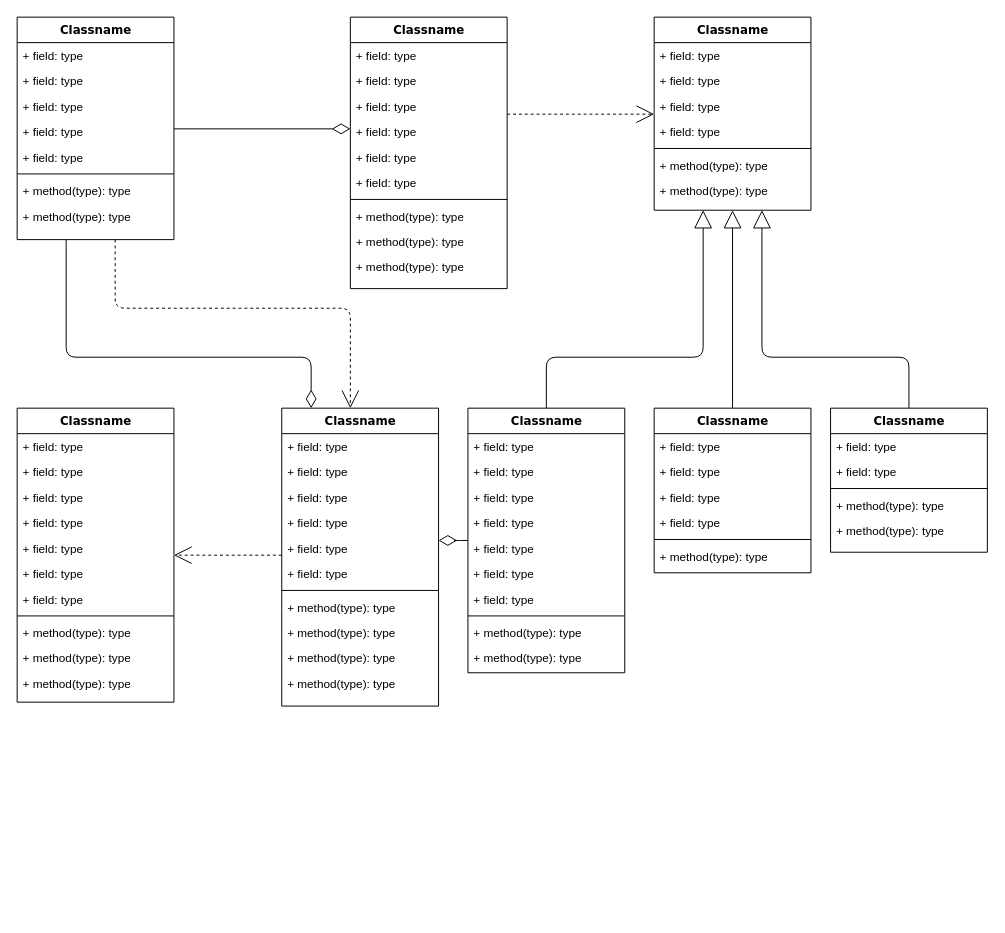
The draw.io diagram Untitled Diagram.drawio in SoulLess999/E-Commerce-Website, before the edit. Source tidied: cells renumbered, new cells numbered last; positions are measured from the earlier drawing's top-left corner, leaving out a move shared by most shapes. Both pictures are drawn from the tidied source at 98%, with x=0, y=0 at pixel (17, 17).
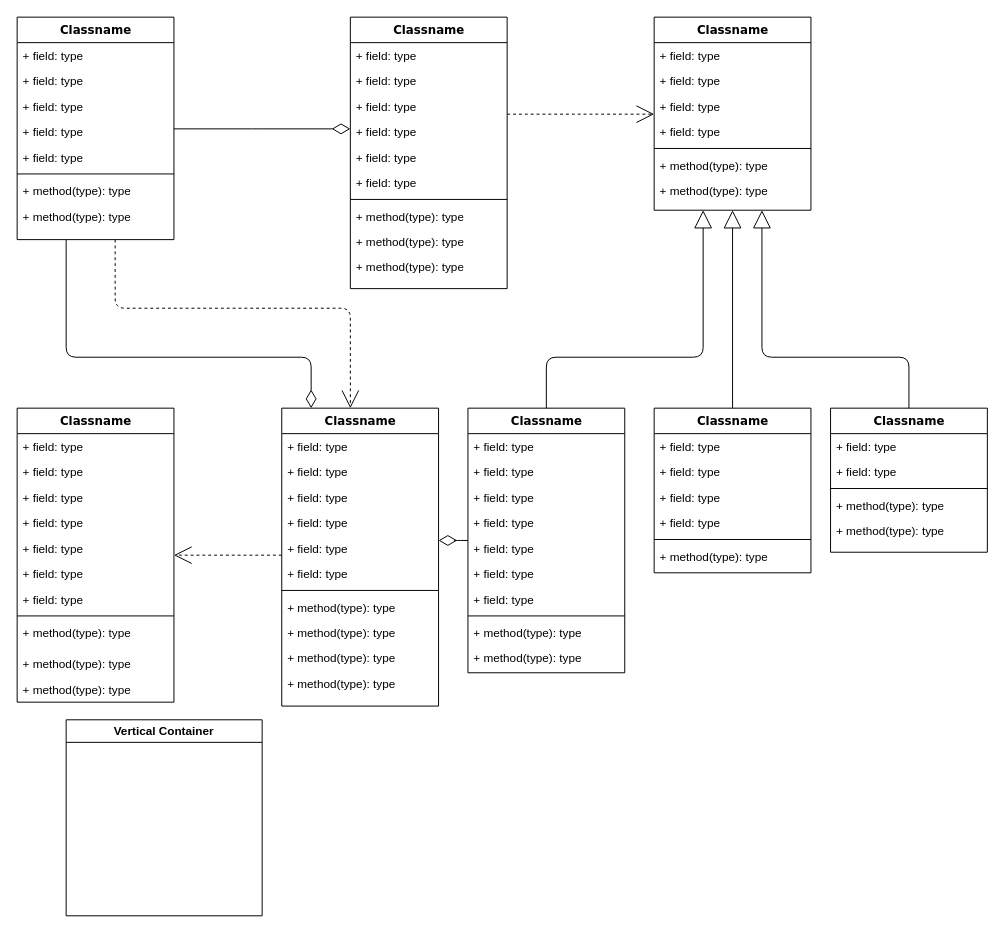
Above is the later version.

The change refers to these unchanged cells:
```xml
<mxCell id="34" value="Classname" style="swimlane;html=1;fontStyle=1;align=center;verticalAlign=top;horizontal=1;startSize=26;swimlaneFillColor=#ffffff;rounded=0;shadow=0;comic=0;labelBackgroundColor=none;strokeWidth=1;fillColor=none;fontFamily=Verdana;fontSize=12;" parent="1" vertex="1">
  <mxGeometry y="399" width="160" height="300" as="geometry" />
</mxCell>
```

Diff of the diagram source:
```diff
@@
     <mxCell id="43" value="+ method(type): type" style="text;html=1;strokeColor=none;fillColor=none;align=left;verticalAlign=top;spacingLeft=4;spacingRight=4;whiteSpace=wrap;overflow=hidden;" parent="34" vertex="1">
-      <mxGeometry y="216" width="160" height="26" as="geometry" />
+      <mxGeometry y="216" width="160" height="32" as="geometry" />
     </mxCell>
     <mxCell id="44" value="+ method(type): type" style="text;html=1;strokeColor=none;fillColor=none;align=left;verticalAlign=top;spacingLeft=4;spacingRight=4;whiteSpace=wrap;overflow=hidden;" parent="34" vertex="1">
-      <mxGeometry y="242" width="160" height="26" as="geometry" />
+      <mxGeometry y="248" width="160" height="26" as="geometry" />
     </mxCell>
     <mxCell id="45" value="+ method(type): type" style="text;html=1;strokeColor=none;fillColor=none;align=left;verticalAlign=top;spacingLeft=4;spacingRight=4;whiteSpace=wrap;overflow=hidden;" parent="34" vertex="1">
-      <mxGeometry y="268" width="160" height="26" as="geometry" />
+      <mxGeometry y="274" width="160" height="26" as="geometry" />
     </mxCell>
@@
+    <mxCell id="87" value="Vertical Container" style="swimlane;whiteSpace=wrap;html=1;" parent="1" vertex="1">
+      <mxGeometry x="50" y="717" width="200" height="200" as="geometry" />
+    </mxCell>
```
